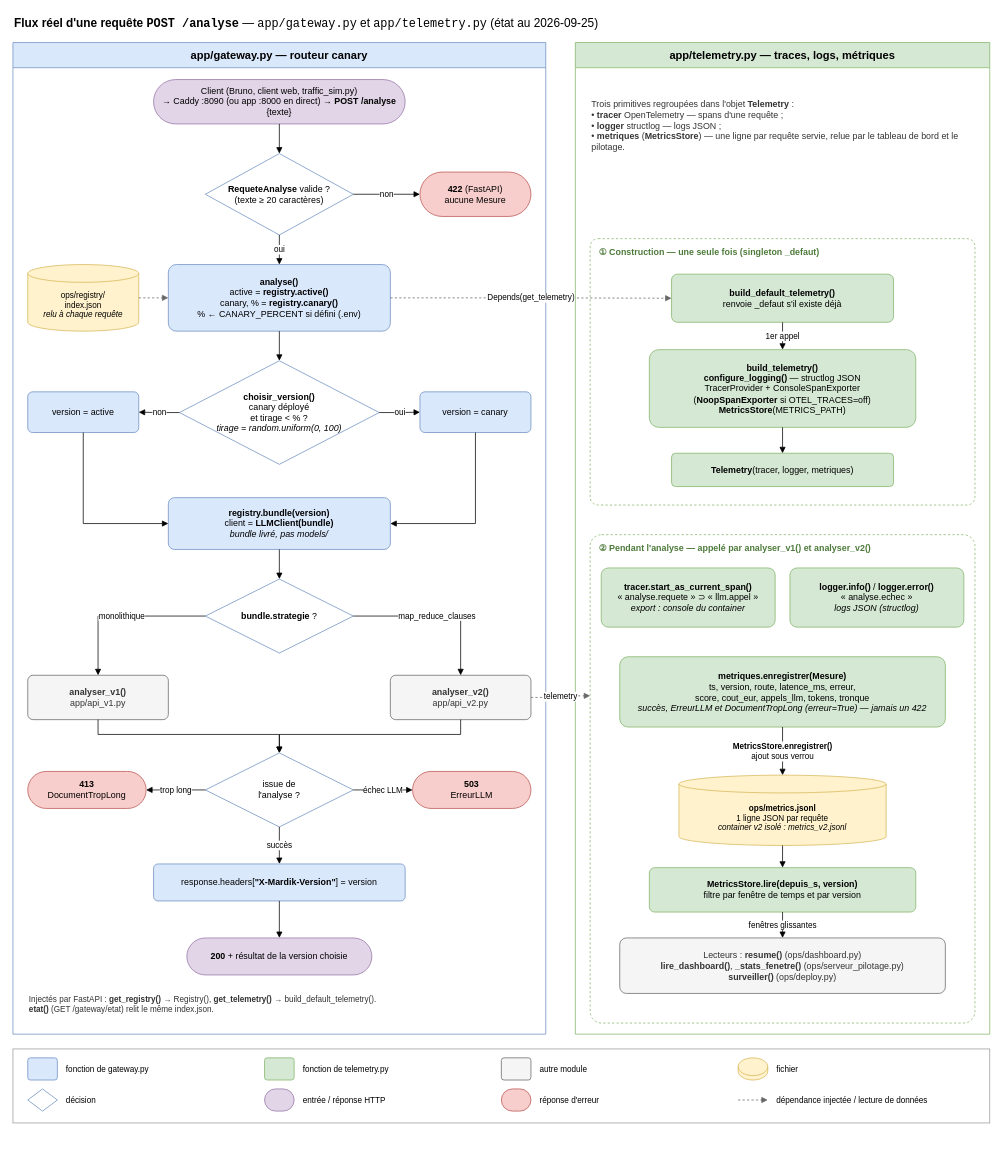
The draw.io diagram docs/img/flux-gateway-telemetry_reel.drawio in wawawaformation/mardik-api-mlops, before the edit. Source tidied: cells renumbered, new cells numbered last; positions are measured from the earlier drawing's top-left corner, leaving out a move shared by most shapes. Both pictures are drawn from the tidied source at 74%, with x=0, y=0 at pixel (13, 13).
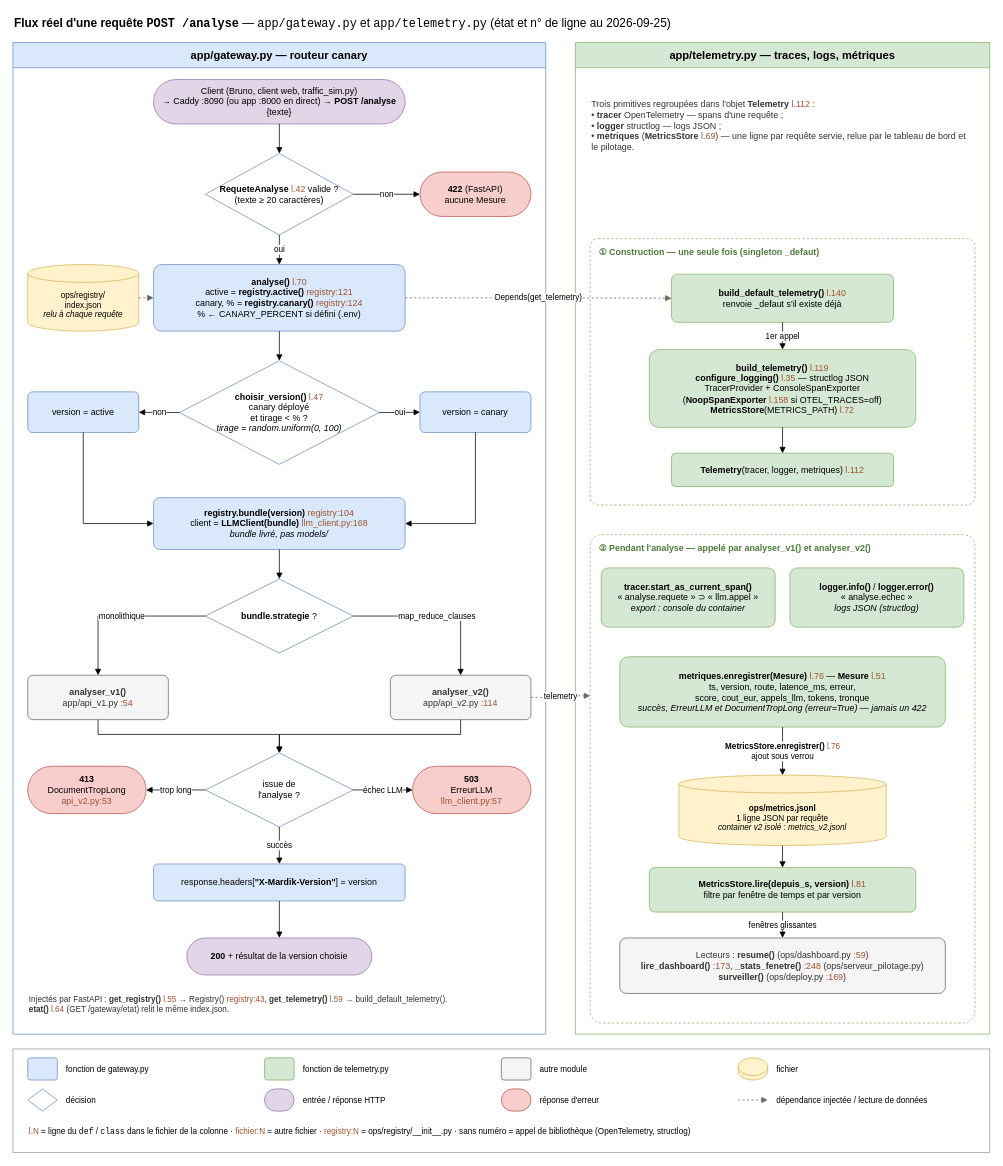
Above is the later version.

Commit message (it also covers changes not shown here):
docs: add def/class line numbers to the gateway/telemetry flow diagram

Chaque fonction du schéma porte la ligne de son def/class, relevée par
grep au 2026-09-25 : l.N pour gateway.py et telemetry.py, fichier:N
pour les autres modules (api_v1, api_v2, llm_client, registry,
dashboard, serveur_pilotage, deploy). Les appels de bibliothèque
(OpenTelemetry, structlog) restent sans numéro. Convention rappelée
dans la légende ; deux boîtes élargies pour que les libellés tiennent.

The change refers to these unchanged cells:
```xml
<mxCell id="3" value="app/gateway.py — routeur canary" style="swimlane;startSize=34;html=1;whiteSpace=wrap;fontSize=15;fontStyle=1;rounded=0;swimlaneFillColor=#ffffff;fillColor=#dae8fc;strokeColor=#6c8ebf;" parent="1" vertex="1">
  <mxGeometry y="40" width="720" height="1340" as="geometry" />
</mxCell>
<mxCell id="22" value="app/telemetry.py — traces, logs, métriques" style="swimlane;startSize=34;html=1;whiteSpace=wrap;fontSize=15;fontStyle=1;rounded=0;swimlaneFillColor=#ffffff;fillColor=#d5e8d4;strokeColor=#82b366;" parent="1" vertex="1">
  <mxGeometry x="760" y="40" width="560" height="1340" as="geometry" />
</mxCell>
<mxCell id="32" value="&lt;b&gt;ops/metrics.jsonl&lt;/b&gt;&lt;br&gt;1 ligne JSON par requête&lt;br&gt;&lt;i&gt;container v2 isolé : metrics_v2.jsonl&lt;/i&gt;" style="shape=cylinder3;whiteSpace=wrap;html=1;boundedLbl=1;backgroundOutline=1;size=12;fontSize=11;fillColor=#fff2cc;strokeColor=#d6b656;" parent="22" vertex="1">
  <mxGeometry x="140" y="990" width="280" height="95" as="geometry" />
</mxCell>
```

Diff of the diagram source:
```diff
@@
-    <mxCell id="2" value="&lt;b&gt;Flux réel d'une requête &lt;code&gt;POST /analyse&lt;/code&gt;&lt;/b&gt; — &lt;code&gt;app/gateway.py&lt;/code&gt; et &lt;code&gt;app/telemetry.py&lt;/code&gt; (état au 2026-09-25)" style="text;html=1;align=left;verticalAlign=middle;fontSize=16;" parent="1" vertex="1">
+    <mxCell id="2" value="&lt;b&gt;Flux réel d'une requête &lt;code&gt;POST /analyse&lt;/code&gt;&lt;/b&gt; — &lt;code&gt;app/gateway.py&lt;/code&gt; et &lt;code&gt;app/telemetry.py&lt;/code&gt; (état et n° de ligne au 2026-09-25)" style="text;html=1;align=left;verticalAlign=middle;fontSize=16;" parent="1" vertex="1">
       <mxGeometry width="1320" height="30" as="geometry" />
     </mxCell>
@@
-    <mxCell id="5" value="&lt;b&gt;RequeteAnalyse&lt;/b&gt; valide ?&lt;br&gt;(texte ≥ 20 caractères)" style="shape=rhombus;whiteSpace=wrap;html=1;fontSize=12;fillColor=#ffffff;strokeColor=#6c8ebf;" parent="3" vertex="1">
+    <mxCell id="5" value="&lt;b&gt;RequeteAnalyse&lt;/b&gt; &lt;font color=&quot;#a0522d&quot;&gt;l.42&lt;/font&gt; valide ?&lt;br&gt;(texte ≥ 20 caractères)" style="shape=rhombus;whiteSpace=wrap;html=1;fontSize=12;fillColor=#ffffff;strokeColor=#6c8ebf;" parent="3" vertex="1">
       <mxGeometry x="260" y="150" width="200" height="110" as="geometry" />
     </mxCell>
@@
-    <mxCell id="8" value="&lt;b&gt;analyse()&lt;/b&gt;&lt;br&gt;active = &lt;b&gt;registry.active()&lt;/b&gt;&lt;br&gt;canary, % = &lt;b&gt;registry.canary()&lt;/b&gt;&lt;br&gt;% ← CANARY_PERCENT si défini (.env)" style="rounded=1;whiteSpace=wrap;html=1;arcSize=12;fontSize=12;spacing=6;fillColor=#dae8fc;strokeColor=#6c8ebf;" parent="3" vertex="1">
-      <mxGeometry x="210" y="300" width="300" height="90" as="geometry" />
+    <mxCell id="8" value="&lt;b&gt;analyse()&lt;/b&gt; &lt;font color=&quot;#a0522d&quot;&gt;l.70&lt;/font&gt;&lt;br&gt;active = &lt;b&gt;registry.active()&lt;/b&gt; &lt;font color=&quot;#a0522d&quot;&gt;registry:121&lt;/font&gt;&lt;br&gt;canary, % = &lt;b&gt;registry.canary()&lt;/b&gt; &lt;font color=&quot;#a0522d&quot;&gt;registry:124&lt;/font&gt;&lt;br&gt;% ← CANARY_PERCENT si défini (.env)" style="rounded=1;whiteSpace=wrap;html=1;arcSize=12;fontSize=12;spacing=6;fillColor=#dae8fc;strokeColor=#6c8ebf;" parent="3" vertex="1">
+      <mxGeometry x="190" y="300" width="340" height="90" as="geometry" />
     </mxCell>
-    <mxCell id="9" value="&lt;b&gt;choisir_version()&lt;/b&gt;&lt;br&gt;canary déployé&lt;br&gt;et tirage &amp;lt; % ?&lt;br&gt;&lt;i&gt;tirage = random.uniform(0, 100)&lt;/i&gt;" style="shape=rhombus;whiteSpace=wrap;html=1;fontSize=12;fillColor=#ffffff;strokeColor=#6c8ebf;" parent="3" vertex="1">
+    <mxCell id="9" value="&lt;b&gt;choisir_version()&lt;/b&gt; &lt;font color=&quot;#a0522d&quot;&gt;l.47&lt;/font&gt;&lt;br&gt;canary déployé&lt;br&gt;et tirage &amp;lt; % ?&lt;br&gt;&lt;i&gt;tirage = random.uniform(0, 100)&lt;/i&gt;" style="shape=rhombus;whiteSpace=wrap;html=1;fontSize=12;fillColor=#ffffff;strokeColor=#6c8ebf;" parent="3" vertex="1">
       <mxGeometry x="225" y="430" width="270" height="140" as="geometry" />
     </mxCell>
@@
-    <mxCell id="12" value="&lt;b&gt;registry.bundle(version)&lt;/b&gt;&lt;br&gt;client = &lt;b&gt;LLMClient(bundle)&lt;/b&gt;&lt;br&gt;&lt;i&gt;bundle livré, pas models/&lt;/i&gt;" style="rounded=1;whiteSpace=wrap;html=1;arcSize=12;fontSize=12;spacing=6;fillColor=#dae8fc;strokeColor=#6c8ebf;" parent="3" vertex="1">
-      <mxGeometry x="210" y="615" width="300" height="70" as="geometry" />
+    <mxCell id="12" value="&lt;b&gt;registry.bundle(version)&lt;/b&gt; &lt;font color=&quot;#a0522d&quot;&gt;registry:104&lt;/font&gt;&lt;br&gt;client = &lt;b&gt;LLMClient(bundle)&lt;/b&gt; &lt;font color=&quot;#a0522d&quot;&gt;llm_client.py:168&lt;/font&gt;&lt;br&gt;&lt;i&gt;bundle livré, pas models/&lt;/i&gt;" style="rounded=1;whiteSpace=wrap;html=1;arcSize=12;fontSize=12;spacing=6;fillColor=#dae8fc;strokeColor=#6c8ebf;" parent="3" vertex="1">
+      <mxGeometry x="190" y="615" width="340" height="70" as="geometry" />
     </mxCell>
@@
-    <mxCell id="14" value="&lt;b&gt;analyser_v1()&lt;/b&gt;&lt;br&gt;app/api_v1.py" style="rounded=1;whiteSpace=wrap;html=1;arcSize=12;fontSize=12;spacing=6;fillColor=#f5f5f5;strokeColor=#666666;fontColor=#333333;" parent="3" vertex="1">
+    <mxCell id="14" value="&lt;b&gt;analyser_v1()&lt;/b&gt;&lt;br&gt;app/api_v1.py &lt;font color=&quot;#a0522d&quot;&gt;:54&lt;/font&gt;" style="rounded=1;whiteSpace=wrap;html=1;arcSize=12;fontSize=12;spacing=6;fillColor=#f5f5f5;strokeColor=#666666;fontColor=#333333;" parent="3" vertex="1">
       <mxGeometry x="20" y="855" width="190" height="60" as="geometry" />
     </mxCell>
-    <mxCell id="15" value="&lt;b&gt;analyser_v2()&lt;/b&gt;&lt;br&gt;app/api_v2.py" style="rounded=1;whiteSpace=wrap;html=1;arcSize=12;fontSize=12;spacing=6;fillColor=#f5f5f5;strokeColor=#666666;fontColor=#333333;" parent="3" vertex="1">
+    <mxCell id="15" value="&lt;b&gt;analyser_v2()&lt;/b&gt;&lt;br&gt;app/api_v2.py &lt;font color=&quot;#a0522d&quot;&gt;:114&lt;/font&gt;" style="rounded=1;whiteSpace=wrap;html=1;arcSize=12;fontSize=12;spacing=6;fillColor=#f5f5f5;strokeColor=#666666;fontColor=#333333;" parent="3" vertex="1">
       <mxGeometry x="510" y="855" width="190" height="60" as="geometry" />
     </mxCell>
@@
-    <mxCell id="17" value="&lt;b&gt;413&lt;/b&gt;&lt;br&gt;DocumentTropLong" style="rounded=1;arcSize=50;whiteSpace=wrap;html=1;fontSize=12;fillColor=#f8cecc;strokeColor=#b85450;" parent="3" vertex="1">
-      <mxGeometry x="20" y="985" width="160" height="50" as="geometry" />
+    <mxCell id="17" value="&lt;b&gt;413&lt;/b&gt;&lt;br&gt;DocumentTropLong&lt;br&gt; &lt;font color=&quot;#a0522d&quot;&gt;api_v2.py:53&lt;/font&gt;" style="rounded=1;arcSize=50;whiteSpace=wrap;html=1;fontSize=12;fillColor=#f8cecc;strokeColor=#b85450;" parent="3" vertex="1">
+      <mxGeometry x="20" y="978" width="160" height="64" as="geometry" />
     </mxCell>
-    <mxCell id="18" value="&lt;b&gt;503&lt;/b&gt;&lt;br&gt;ErreurLLM" style="rounded=1;arcSize=50;whiteSpace=wrap;html=1;fontSize=12;fillColor=#f8cecc;strokeColor=#b85450;" parent="3" vertex="1">
-      <mxGeometry x="540" y="985" width="160" height="50" as="geometry" />
+    <mxCell id="18" value="&lt;b&gt;503&lt;/b&gt;&lt;br&gt;ErreurLLM&lt;br&gt; &lt;font color=&quot;#a0522d&quot;&gt;llm_client.py:57&lt;/font&gt;" style="rounded=1;arcSize=50;whiteSpace=wrap;html=1;fontSize=12;fillColor=#f8cecc;strokeColor=#b85450;" parent="3" vertex="1">
+      <mxGeometry x="540" y="978" width="160" height="64" as="geometry" />
     </mxCell>
@@
-    <mxCell id="21" value="Injectés par FastAPI : &lt;b&gt;get_registry()&lt;/b&gt; → Registry(), &lt;b&gt;get_telemetry()&lt;/b&gt; → build_default_telemetry().&lt;br&gt;&lt;b&gt;etat()&lt;/b&gt; (GET /gateway/etat) relit le même index.json." style="text;html=1;whiteSpace=wrap;align=left;fontSize=11;fontColor=#333333;" parent="3" vertex="1">
+    <mxCell id="21" value="Injectés par FastAPI : &lt;b&gt;get_registry()&lt;/b&gt; &lt;font color=&quot;#a0522d&quot;&gt;l.55&lt;/font&gt; → Registry() &lt;font color=&quot;#a0522d&quot;&gt;registry:43&lt;/font&gt;, &lt;b&gt;get_telemetry()&lt;/b&gt; &lt;font color=&quot;#a0522d&quot;&gt;l.59&lt;/font&gt; → build_default_telemetry().&lt;br&gt;&lt;b&gt;etat()&lt;/b&gt; &lt;font color=&quot;#a0522d&quot;&gt;l.64&lt;/font&gt; (GET /gateway/etat) relit le même index.json." style="text;html=1;whiteSpace=wrap;align=left;fontSize=11;fontColor=#333333;" parent="3" vertex="1">
       <mxGeometry x="20" y="1280" width="680" height="45" as="geometry" />
     </mxCell>
@@
-    <mxCell id="23" value="Trois primitives regroupées dans l'objet &lt;b&gt;Telemetry&lt;/b&gt; :&lt;br&gt;• &lt;b&gt;tracer&lt;/b&gt; OpenTelemetry — spans d'une requête ;&lt;br&gt;• &lt;b&gt;logger&lt;/b&gt; structlog — logs JSON ;&lt;br&gt;• &lt;b&gt;metriques&lt;/b&gt; (&lt;b&gt;MetricsStore&lt;/b&gt;) — une ligne par requête servie, relue par le tableau de bord et le pilotage." style="text;html=1;whiteSpace=wrap;align=left;verticalAlign=top;fontSize=12;fontColor=#333333;" parent="22" vertex="1">
+    <mxCell id="23" value="Trois primitives regroupées dans l'objet &lt;b&gt;Telemetry&lt;/b&gt; &lt;font color=&quot;#a0522d&quot;&gt;l.112&lt;/font&gt; :&lt;br&gt;• &lt;b&gt;tracer&lt;/b&gt; OpenTelemetry — spans d'une requête ;&lt;br&gt;• &lt;b&gt;logger&lt;/b&gt; structlog — logs JSON ;&lt;br&gt;• &lt;b&gt;metriques&lt;/b&gt; (&lt;b&gt;MetricsStore&lt;/b&gt; &lt;font color=&quot;#a0522d&quot;&gt;l.69&lt;/font&gt;) — une ligne par requête servie, relue par le tableau de bord et le pilotage." style="text;html=1;whiteSpace=wrap;align=left;verticalAlign=top;fontSize=12;fontColor=#333333;" parent="22" vertex="1">
       <mxGeometry x="20" y="70" width="520" height="110" as="geometry" />
     </mxCell>
@@
-    <mxCell id="25" value="&lt;b&gt;build_default_telemetry()&lt;/b&gt;&lt;br&gt;renvoie _defaut s'il existe déjà" style="rounded=1;whiteSpace=wrap;html=1;arcSize=12;fontSize=12;spacing=6;fillColor=#d5e8d4;strokeColor=#82b366;" parent="22" vertex="1">
+    <mxCell id="25" value="&lt;b&gt;build_default_telemetry()&lt;/b&gt; &lt;font color=&quot;#a0522d&quot;&gt;l.140&lt;/font&gt;&lt;br&gt;renvoie _defaut s'il existe déjà" style="rounded=1;whiteSpace=wrap;html=1;arcSize=12;fontSize=12;spacing=6;fillColor=#d5e8d4;strokeColor=#82b366;" parent="22" vertex="1">
       <mxGeometry x="130" y="313" width="300" height="65" as="geometry" />
     </mxCell>
-    <mxCell id="26" value="&lt;b&gt;build_telemetry()&lt;/b&gt;&lt;br&gt;&lt;b&gt;configure_logging()&lt;/b&gt; — structlog JSON&lt;br&gt;TracerProvider + ConsoleSpanExporter&lt;br&gt;(&lt;b&gt;NoopSpanExporter&lt;/b&gt; si OTEL_TRACES=off)&lt;br&gt;&lt;b&gt;MetricsStore&lt;/b&gt;(METRICS_PATH)" style="rounded=1;whiteSpace=wrap;html=1;arcSize=12;fontSize=12;spacing=6;fillColor=#d5e8d4;strokeColor=#82b366;" parent="22" vertex="1">
+    <mxCell id="26" value="&lt;b&gt;build_telemetry()&lt;/b&gt; &lt;font color=&quot;#a0522d&quot;&gt;l.119&lt;/font&gt;&lt;br&gt;&lt;b&gt;configure_logging()&lt;/b&gt; &lt;font color=&quot;#a0522d&quot;&gt;l.35&lt;/font&gt; — structlog JSON&lt;br&gt;TracerProvider + ConsoleSpanExporter&lt;br&gt;(&lt;b&gt;NoopSpanExporter&lt;/b&gt; &lt;font color=&quot;#a0522d&quot;&gt;l.158&lt;/font&gt; si OTEL_TRACES=off)&lt;br&gt;&lt;b&gt;MetricsStore&lt;/b&gt;(METRICS_PATH) &lt;font color=&quot;#a0522d&quot;&gt;l.72&lt;/font&gt;" style="rounded=1;whiteSpace=wrap;html=1;arcSize=12;fontSize=12;spacing=6;fillColor=#d5e8d4;strokeColor=#82b366;" parent="22" vertex="1">
       <mxGeometry x="100" y="415" width="360" height="105" as="geometry" />
     </mxCell>
-    <mxCell id="27" value="&lt;b&gt;Telemetry&lt;/b&gt;(tracer, logger, metriques)" style="rounded=1;whiteSpace=wrap;html=1;arcSize=12;fontSize=12;spacing=6;fillColor=#d5e8d4;strokeColor=#82b366;" parent="22" vertex="1">
+    <mxCell id="27" value="&lt;b&gt;Telemetry&lt;/b&gt;(tracer, logger, metriques) &lt;font color=&quot;#a0522d&quot;&gt;l.112&lt;/font&gt;" style="rounded=1;whiteSpace=wrap;html=1;arcSize=12;fontSize=12;spacing=6;fillColor=#d5e8d4;strokeColor=#82b366;" parent="22" vertex="1">
       <mxGeometry x="130" y="555" width="300" height="45" as="geometry" />
     </mxCell>
@@
-    <mxCell id="31" value="&lt;b&gt;metriques.enregistrer(Mesure)&lt;/b&gt;&lt;br&gt;ts, version, route, latence_ms, erreur,&lt;br&gt;score, cout_eur, appels_llm, tokens, tronque&lt;br&gt;&lt;i&gt;succès, ErreurLLM et DocumentTropLong (erreur=True) — jamais un 422&lt;/i&gt;" style="rounded=1;whiteSpace=wrap;html=1;arcSize=12;fontSize=12;spacing=6;fillColor=#d5e8d4;strokeColor=#82b366;" parent="22" vertex="1">
+    <mxCell id="31" value="&lt;b&gt;metriques.enregistrer(Mesure)&lt;/b&gt; &lt;font color=&quot;#a0522d&quot;&gt;l.76&lt;/font&gt; — &lt;b&gt;Mesure&lt;/b&gt; &lt;font color=&quot;#a0522d&quot;&gt;l.51&lt;/font&gt;&lt;br&gt;ts, version, route, latence_ms, erreur,&lt;br&gt;score, cout_eur, appels_llm, tokens, tronque&lt;br&gt;&lt;i&gt;succès, ErreurLLM et DocumentTropLong (erreur=True) — jamais un 422&lt;/i&gt;" style="rounded=1;whiteSpace=wrap;html=1;arcSize=12;fontSize=12;spacing=6;fillColor=#d5e8d4;strokeColor=#82b366;" parent="22" vertex="1">
       <mxGeometry x="60" y="830" width="440" height="95" as="geometry" />
     </mxCell>
@@
-    <mxCell id="33" value="&lt;b&gt;MetricsStore.lire(depuis_s, version)&lt;/b&gt;&lt;br&gt;filtre par fenêtre de temps et par version" style="rounded=1;whiteSpace=wrap;html=1;arcSize=12;fontSize=12;spacing=6;fillColor=#d5e8d4;strokeColor=#82b366;" parent="22" vertex="1">
+    <mxCell id="33" value="&lt;b&gt;MetricsStore.lire(depuis_s, version)&lt;/b&gt; &lt;font color=&quot;#a0522d&quot;&gt;l.81&lt;/font&gt;&lt;br&gt;filtre par fenêtre de temps et par version" style="rounded=1;whiteSpace=wrap;html=1;arcSize=12;fontSize=12;spacing=6;fillColor=#d5e8d4;strokeColor=#82b366;" parent="22" vertex="1">
       <mxGeometry x="100" y="1115" width="360" height="60" as="geometry" />
     </mxCell>
-    <mxCell id="34" value="Lecteurs : &lt;b&gt;resume()&lt;/b&gt; (ops/dashboard.py)&lt;br&gt;&lt;b&gt;lire_dashboard()&lt;/b&gt;, &lt;b&gt;_stats_fenetre()&lt;/b&gt; (ops/serveur_pilotage.py)&lt;br&gt;&lt;b&gt;surveiller()&lt;/b&gt; (ops/deploy.py)" style="rounded=1;whiteSpace=wrap;html=1;arcSize=12;fontSize=12;spacing=6;fillColor=#f5f5f5;strokeColor=#666666;fontColor=#333333;" parent="22" vertex="1">
+    <mxCell id="34" value="Lecteurs : &lt;b&gt;resume()&lt;/b&gt; (ops/dashboard.py &lt;font color=&quot;#a0522d&quot;&gt;:59&lt;/font&gt;)&lt;br&gt;&lt;b&gt;lire_dashboard()&lt;/b&gt; &lt;font color=&quot;#a0522d&quot;&gt;:173&lt;/font&gt;, &lt;b&gt;_stats_fenetre()&lt;/b&gt; &lt;font color=&quot;#a0522d&quot;&gt;:248&lt;/font&gt; (ops/serveur_pilotage.py)&lt;br&gt;&lt;b&gt;surveiller()&lt;/b&gt; (ops/deploy.py &lt;font color=&quot;#a0522d&quot;&gt;:169&lt;/font&gt;)" style="rounded=1;whiteSpace=wrap;html=1;arcSize=12;fontSize=12;spacing=6;fillColor=#f5f5f5;strokeColor=#666666;fontColor=#333333;" parent="22" vertex="1">
       <mxGeometry x="60" y="1210" width="440" height="75" as="geometry" />
     </mxCell>
@@
-    <mxCell id="57" value="&lt;b&gt;MetricsStore.enregistrer()&lt;/b&gt;&lt;br&gt;ajout sous verrou" style="edgeStyle=orthogonalEdgeStyle;rounded=0;html=1;endArrow=block;endFill=1;fontSize=11;labelBackgroundColor=#ffffff;exitX=0.5;exitY=1;exitDx=0;exitDy=0;entryX=0.5;entryY=0;entryDx=0;entryDy=0;" parent="1" edge="1" source="31" target="32">
+    <mxCell id="57" value="&lt;b&gt;MetricsStore.enregistrer()&lt;/b&gt; &lt;font color=&quot;#a0522d&quot;&gt;l.76&lt;/font&gt;&lt;br&gt;ajout sous verrou" style="edgeStyle=orthogonalEdgeStyle;rounded=0;html=1;endArrow=block;endFill=1;fontSize=11;labelBackgroundColor=#ffffff;exitX=0.5;exitY=1;exitDx=0;exitDy=0;entryX=0.5;entryY=0;entryDx=0;entryDy=0;" parent="1" edge="1" source="31" target="32">
       <mxGeometry relative="1" as="geometry" />
     </mxCell>
@@
     <mxCell id="60" style="rounded=0;whiteSpace=wrap;html=1;fillColor=#ffffff;strokeColor=#999999;" parent="1" vertex="1">
-      <mxGeometry y="1400" width="1320" height="100" as="geometry" />
+      <mxGeometry y="1400" width="1320" height="140" as="geometry" />
     </mxCell>
@@
+    <mxCell id="77" value="&lt;font color=&quot;#a0522d&quot;&gt;l.N&lt;/font&gt; = ligne du &lt;code&gt;def&lt;/code&gt; / &lt;code&gt;class&lt;/code&gt; dans le fichier de la colonne · &lt;font color=&quot;#a0522d&quot;&gt;fichier:N&lt;/font&gt; = autre fichier · &lt;font color=&quot;#a0522d&quot;&gt;registry:N&lt;/font&gt; = ops/registry/__init__.py · sans numéro = appel de bibliothèque (OpenTelemetry, structlog)" style="text;html=1;align=left;verticalAlign=middle;fontSize=11;" parent="1" vertex="1">
+      <mxGeometry x="20" y="1497" width="1280" height="30" as="geometry" />
+    </mxCell>
```
